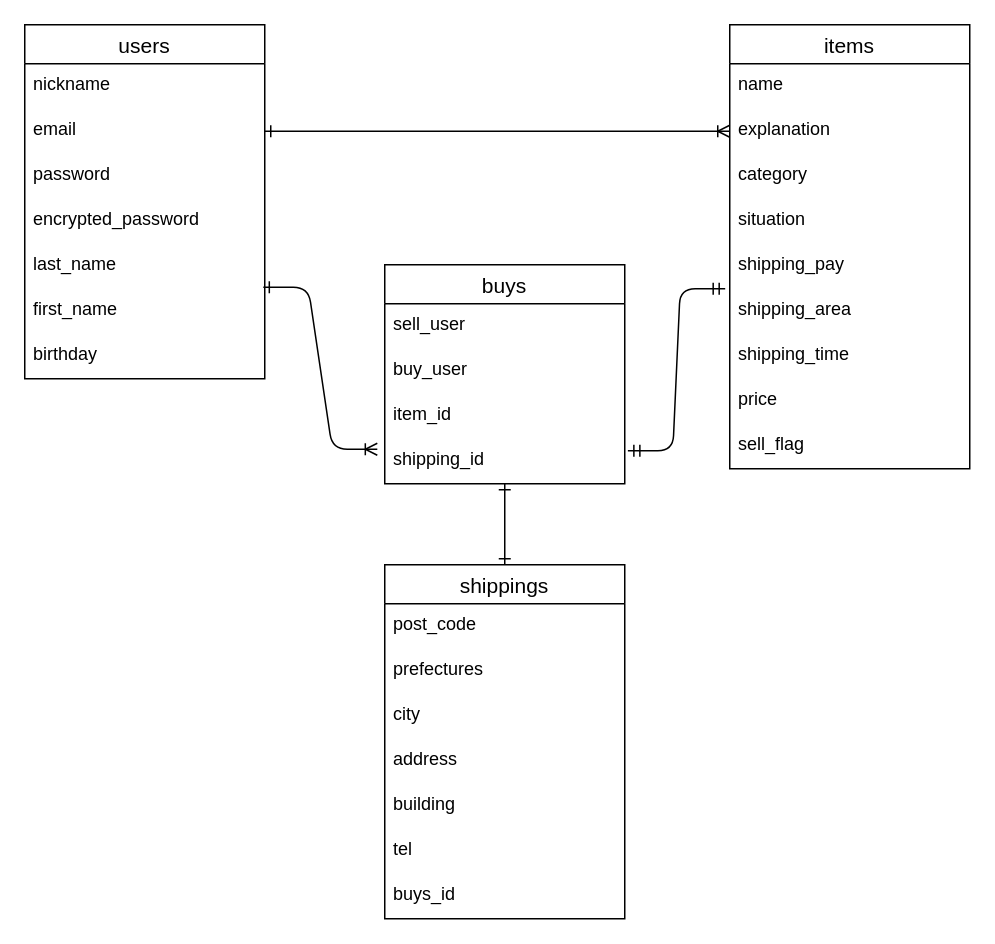
Earlier version of the draw.io diagram dbER.dio (sizuki480/furima-40568). Source tidied: cells renumbered, new cells numbered last; positions are measured from the earlier drawing's top-left corner, leaving out a move shared by most shapes. Both pictures are drawn from the tidied source at 150%, with x=0, y=0 at pixel (24, 24).
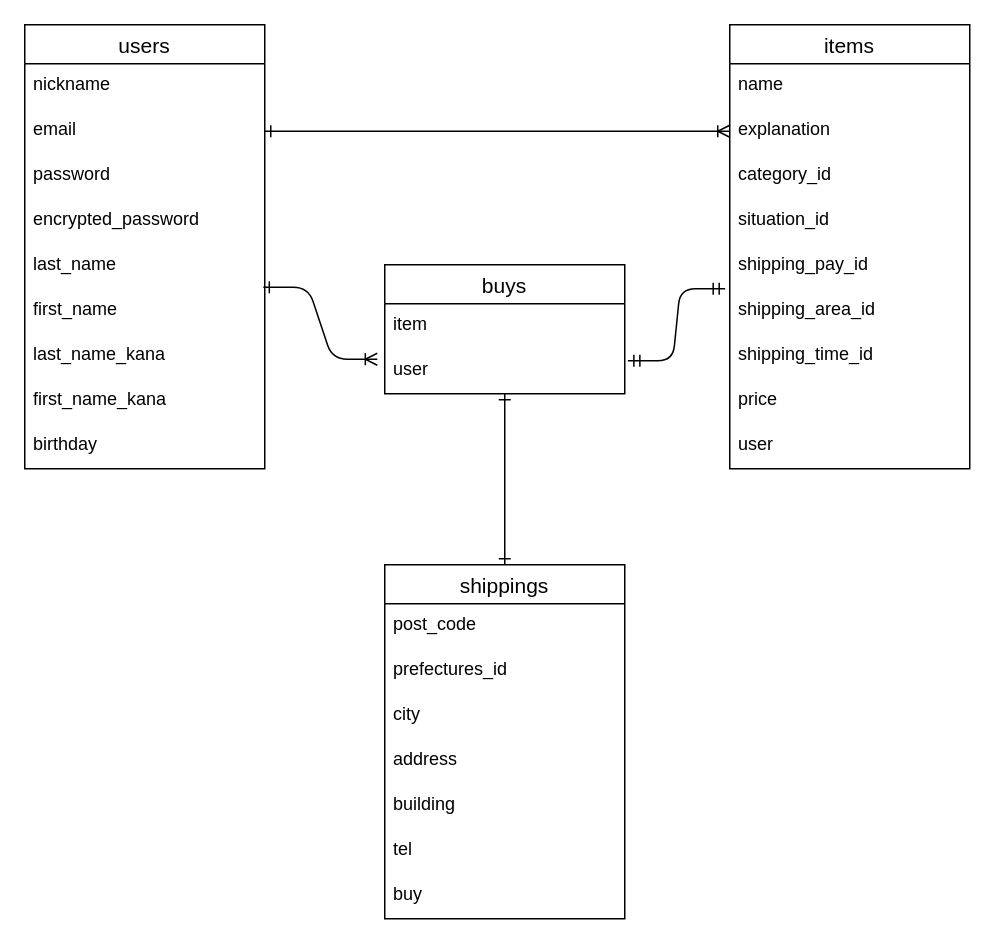
Above is the later version.

Commit message (it also covers changes not shown here):
データベース設計修正１

The change refers to these unchanged cells:
```xml
<mxCell id="10" value="items" style="swimlane;fontStyle=0;horizontal=1;startSize=26;align=center;fontSize=14;" parent="1" vertex="1">
  <mxGeometry x="470" width="160" height="296" as="geometry" />
</mxCell>
<mxCell id="28" value="shippings" style="swimlane;fontStyle=0;horizontal=1;startSize=26;align=center;fontSize=14;" parent="1" vertex="1">
  <mxGeometry x="240" y="360" width="160" height="236" as="geometry" />
</mxCell>
```

Change to the diagram source:
```diff
@@
     <mxCell id="2" value="users" style="swimlane;fontStyle=0;horizontal=1;startSize=26;align=center;fontSize=14;" parent="1" vertex="1">
-      <mxGeometry width="160" height="236" as="geometry" />
+      <mxGeometry width="160" height="296" as="geometry" />
     </mxCell>
@@
+    <mxCell id="37" value="last_name_kana" style="text;strokeColor=none;fillColor=none;spacingLeft=4;spacingRight=4;overflow=hidden;fontSize=12;" parent="2" vertex="1">
+      <mxGeometry y="206" width="160" height="30" as="geometry" />
+    </mxCell>
+    <mxCell id="38" value="first_name_kana" style="text;strokeColor=none;fillColor=none;spacingLeft=4;spacingRight=4;overflow=hidden;fontSize=12;" parent="2" vertex="1">
+      <mxGeometry y="236" width="160" height="30" as="geometry" />
+    </mxCell>
     <mxCell id="9" value="birthday" style="text;strokeColor=none;fillColor=none;spacingLeft=4;spacingRight=4;overflow=hidden;fontSize=12;" parent="2" vertex="1">
-      <mxGeometry y="206" width="160" height="30" as="geometry" />
+      <mxGeometry y="266" width="160" height="30" as="geometry" />
     </mxCell>
@@
-    <mxCell id="13" value="category" style="text;strokeColor=none;fillColor=none;spacingLeft=4;spacingRight=4;overflow=hidden;fontSize=12;" parent="10" vertex="1">
+    <mxCell id="13" value="category_id" style="text;strokeColor=none;fillColor=none;spacingLeft=4;spacingRight=4;overflow=hidden;fontSize=12;" parent="10" vertex="1">
       <mxGeometry y="86" width="160" height="30" as="geometry" />
     </mxCell>
-    <mxCell id="14" value="situation" style="text;strokeColor=none;fillColor=none;spacingLeft=4;spacingRight=4;overflow=hidden;fontSize=12;" parent="10" vertex="1">
+    <mxCell id="14" value="situation_id" style="text;strokeColor=none;fillColor=none;spacingLeft=4;spacingRight=4;overflow=hidden;fontSize=12;" parent="10" vertex="1">
       <mxGeometry y="116" width="160" height="30" as="geometry" />
     </mxCell>
-    <mxCell id="15" value="shipping_pay" style="text;strokeColor=none;fillColor=none;spacingLeft=4;spacingRight=4;overflow=hidden;fontSize=12;" parent="10" vertex="1">
+    <mxCell id="15" value="shipping_pay_id" style="text;strokeColor=none;fillColor=none;spacingLeft=4;spacingRight=4;overflow=hidden;fontSize=12;" parent="10" vertex="1">
       <mxGeometry y="146" width="160" height="30" as="geometry" />
     </mxCell>
-    <mxCell id="16" value="shipping_area" style="text;strokeColor=none;fillColor=none;spacingLeft=4;spacingRight=4;overflow=hidden;points=[[0,0.5],[1,0.5]];portConstraint=eastwest;fontSize=12;" parent="10" vertex="1">
+    <mxCell id="16" value="shipping_area_id" style="text;strokeColor=none;fillColor=none;spacingLeft=4;spacingRight=4;overflow=hidden;points=[[0,0.5],[1,0.5]];portConstraint=eastwest;fontSize=12;" parent="10" vertex="1">
       <mxGeometry y="176" width="160" height="30" as="geometry" />
     </mxCell>
-    <mxCell id="17" value="shipping_time" style="text;strokeColor=none;fillColor=none;spacingLeft=4;spacingRight=4;overflow=hidden;fontSize=12;" parent="10" vertex="1">
+    <mxCell id="17" value="shipping_time_id" style="text;strokeColor=none;fillColor=none;spacingLeft=4;spacingRight=4;overflow=hidden;fontSize=12;" parent="10" vertex="1">
       <mxGeometry y="206" width="160" height="30" as="geometry" />
     </mxCell>
@@
-    <mxCell id="19" value="sell_flag" style="text;strokeColor=none;fillColor=none;spacingLeft=4;spacingRight=4;overflow=hidden;fontSize=12;" parent="10" vertex="1">
+    <mxCell id="19" value="user" style="text;strokeColor=none;fillColor=none;spacingLeft=4;spacingRight=4;overflow=hidden;fontSize=12;" parent="10" vertex="1">
       <mxGeometry y="266" width="160" height="30" as="geometry" />
     </mxCell>
@@
     <mxCell id="21" value="buys" style="swimlane;fontStyle=0;horizontal=1;startSize=26;align=center;fontSize=14;" parent="1" vertex="1">
-      <mxGeometry x="240" y="160" width="160" height="146" as="geometry" />
+      <mxGeometry x="240" y="160" width="160" height="86" as="geometry" />
     </mxCell>
-    <mxCell id="22" value="sell_user" style="text;strokeColor=none;fillColor=none;spacingLeft=4;spacingRight=4;overflow=hidden;fontSize=12;" parent="21" vertex="1">
-      <mxGeometry y="26" width="160" height="30" as="geometry" />
-    </mxCell>
-    <mxCell id="23" value="buy_user" style="text;strokeColor=none;fillColor=none;spacingLeft=4;spacingRight=4;overflow=hidden;fontSize=12;" parent="21" vertex="1">
-      <mxGeometry y="56" width="160" height="30" as="geometry" />
-    </mxCell>
-    <mxCell id="24" value="item_id" style="text;strokeColor=none;fillColor=none;spacingLeft=4;spacingRight=4;overflow=hidden;fontSize=12;" parent="21" vertex="1">
-      <mxGeometry y="86" width="160" height="30" as="geometry" />
+    <mxCell id="24" value="item" style="text;strokeColor=none;fillColor=none;spacingLeft=4;spacingRight=4;overflow=hidden;fontSize=12;" parent="21" vertex="1">
+      <mxGeometry y="26" width="160" height="30" as="geometry" />
     </mxCell>
-    <mxCell id="25" value="shipping_id" style="text;strokeColor=none;fillColor=none;spacingLeft=4;spacingRight=4;overflow=hidden;points=[[0,0.5],[1,0.5]];portConstraint=eastwest;fontSize=12;" parent="21" vertex="1">
-      <mxGeometry y="116" width="160" height="30" as="geometry" />
+    <mxCell id="25" value="user" style="text;strokeColor=none;fillColor=none;spacingLeft=4;spacingRight=4;overflow=hidden;points=[[0,0.5],[1,0.5]];portConstraint=eastwest;fontSize=12;" parent="21" vertex="1">
+      <mxGeometry y="56" width="160" height="30" as="geometry" />
     </mxCell>
@@
-    <mxCell id="30" value="prefectures" style="text;strokeColor=none;fillColor=none;spacingLeft=4;spacingRight=4;overflow=hidden;fontSize=12;" parent="28" vertex="1">
+    <mxCell id="30" value="prefectures_id" style="text;strokeColor=none;fillColor=none;spacingLeft=4;spacingRight=4;overflow=hidden;fontSize=12;" parent="28" vertex="1">
       <mxGeometry y="56" width="160" height="30" as="geometry" />
     </mxCell>
@@
-    <mxCell id="35" value="buys_id" style="text;strokeColor=none;fillColor=none;spacingLeft=4;spacingRight=4;overflow=hidden;fontSize=12;" parent="28" vertex="1">
+    <mxCell id="35" value="buy" style="text;strokeColor=none;fillColor=none;spacingLeft=4;spacingRight=4;overflow=hidden;fontSize=12;" parent="28" vertex="1">
       <mxGeometry y="206" width="160" height="30" as="geometry" />
     </mxCell>
```
